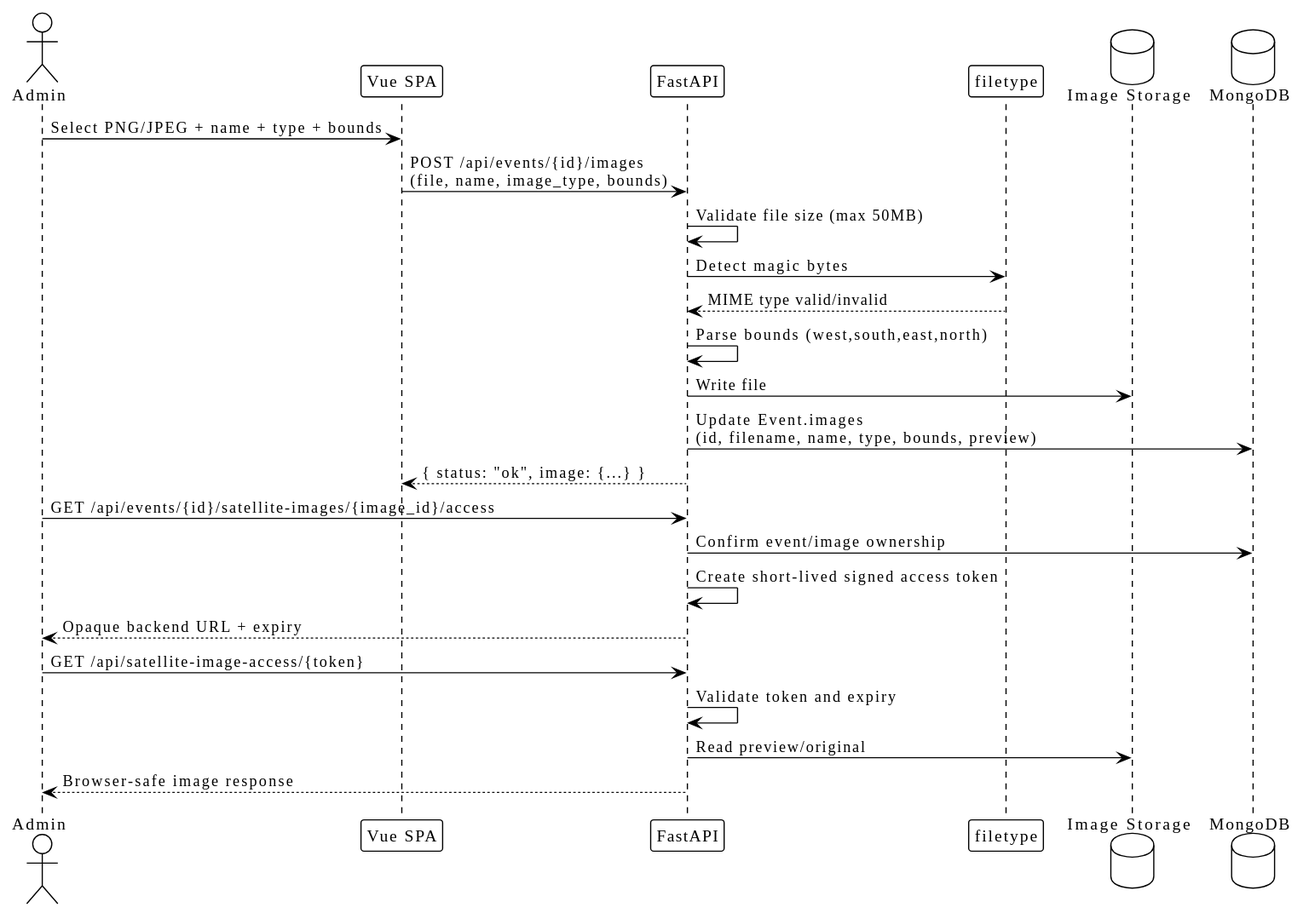
Earlier version of the PlantUML export docs/diagrams/upload-flow.svg (HEIG-RESONATE/resonate2).
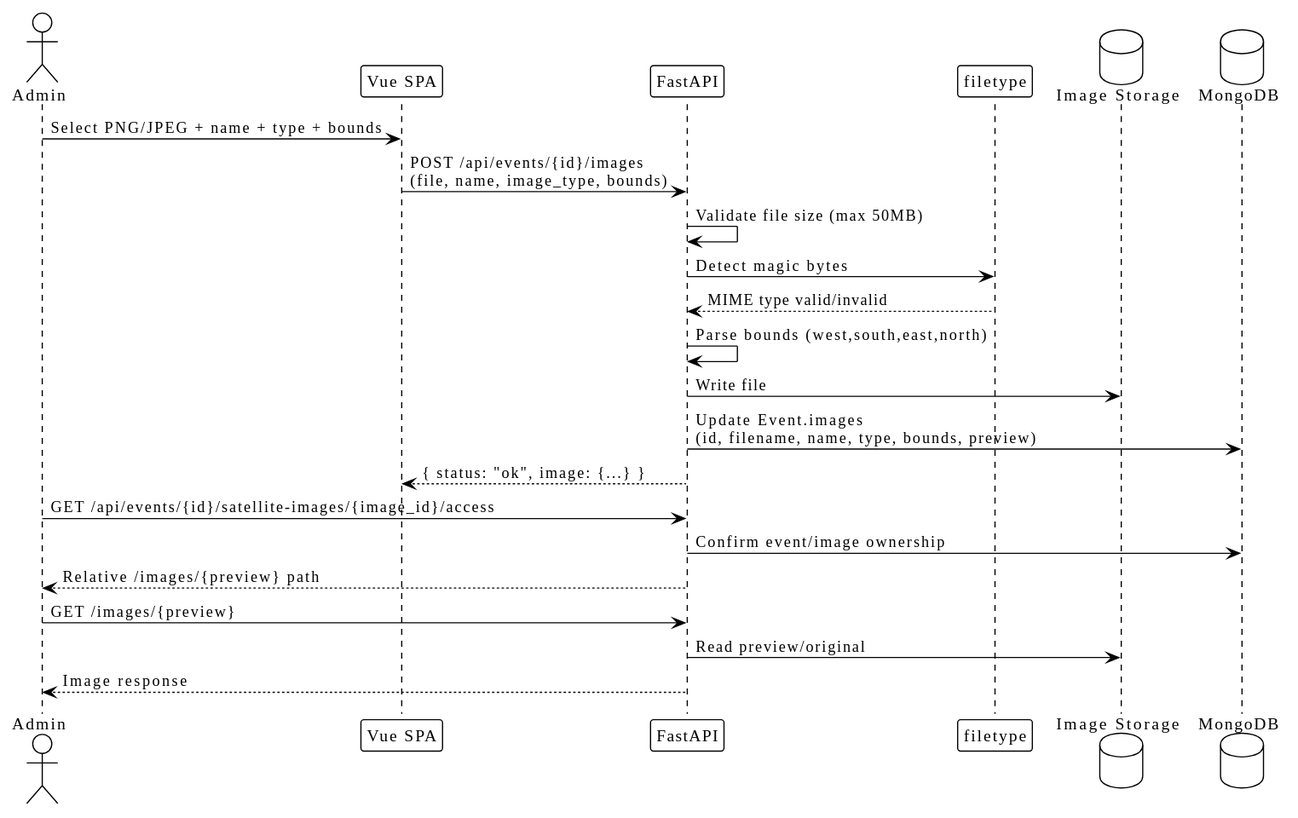
After the change.

Commit message:
Simplify satellite image access for inline display

The edit, as a diff of the source:
```diff
@@ -24,10 +24,8 @@
 
 Admin -> API: GET /api/events/{id}/satellite-images/{image_id}/access
 API -> DB: Confirm event/image ownership
-API -> API: Create short-lived signed access token
-API --> Admin: Opaque backend URL + expiry
-Admin -> API: GET /api/satellite-image-access/{token}
-API -> API: Validate token and expiry
+API --> Admin: Relative /images/{preview} path
+Admin -> API: GET /images/{preview}
 API -> Storage: Read preview/original
-API --> Admin: Browser-safe image response
+API --> Admin: Image response
 @enduml
```
